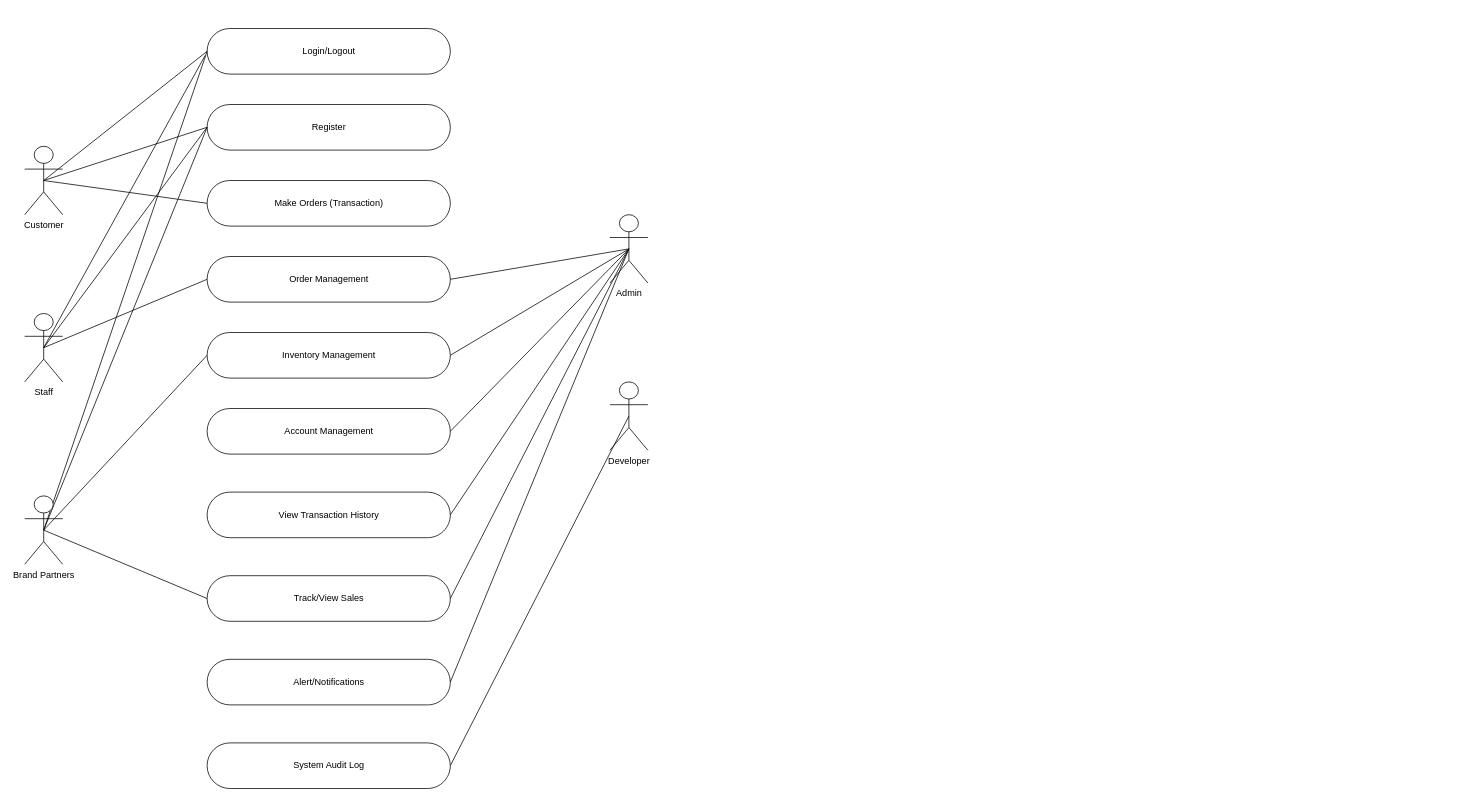
This is DataModels/usecase.drawio from ArinGitPort/OnlineShopWebsite, a draw.io file, before an edit. Source tidied: cells renumbered, new cells numbered last; positions are measured from the earlier drawing's top-left corner, leaving out a move shared by most shapes. Both pictures are drawn from the tidied source at 76%, with x=0, y=0 at pixel (24, 28).
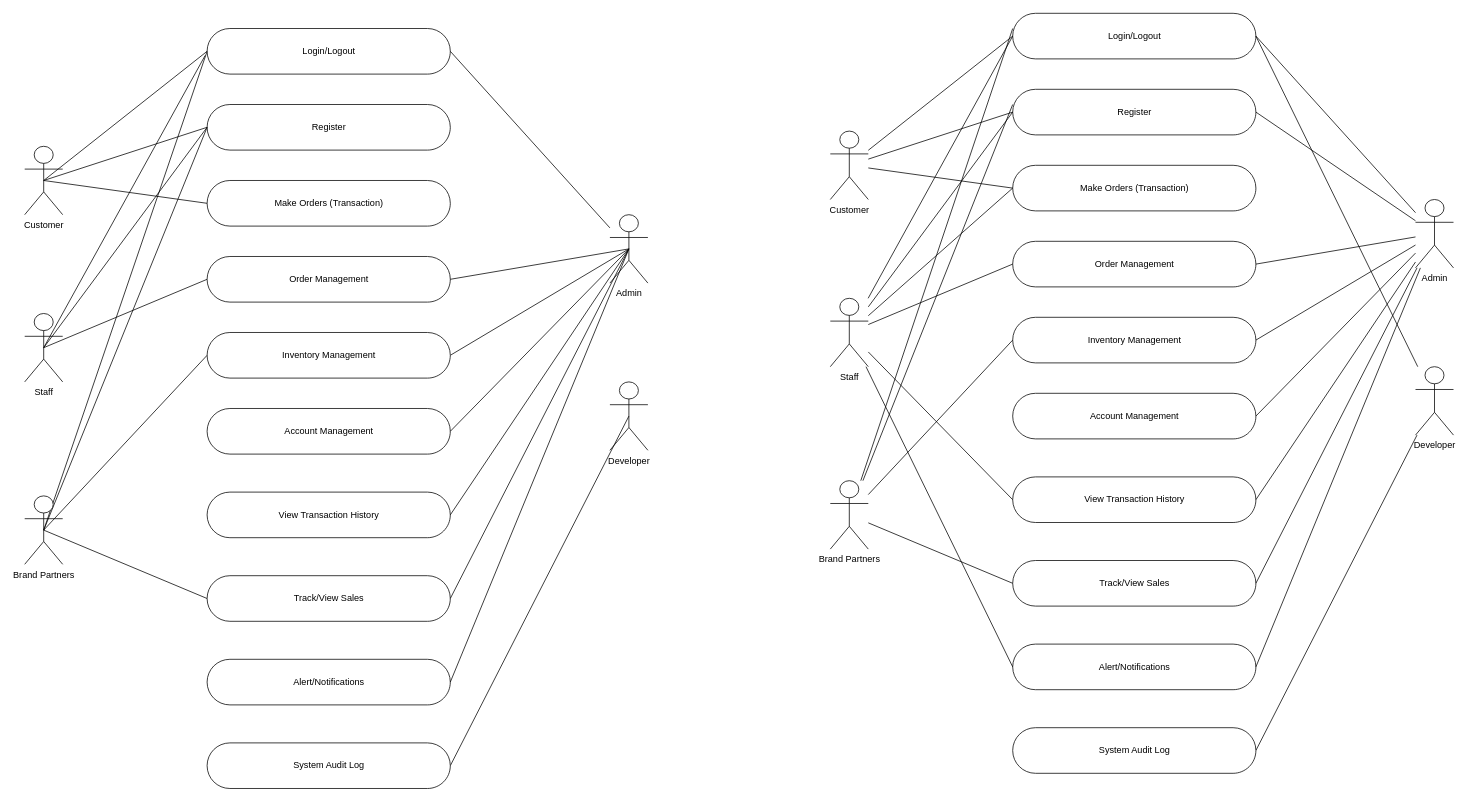
The same diagram, later.

The change refers to these unchanged cells:
```xml
<mxCell id="2" value="Login/Logout" style="html=1;dashed=0;whitespace=wrap;shape=mxgraph.dfd.start;" parent="1" vertex="1">
  <mxGeometry x="240" width="320" height="60" as="geometry" />
</mxCell>
<mxCell id="16" value="Admin" style="shape=umlActor;verticalLabelPosition=bottom;verticalAlign=top;html=1;outlineConnect=0;" parent="1" vertex="1">
  <mxGeometry x="770" y="245" width="50" height="90" as="geometry" />
</mxCell>
```

What changed in the source:
```diff
@@
+    <mxCell id="34" style="edgeStyle=none;html=1;entryX=1;entryY=0.5;entryDx=0;entryDy=0;entryPerimeter=0;endArrow=none;endFill=0;" parent="1" edge="1" source="16" target="2">
+      <mxGeometry relative="1" as="geometry" />
+    </mxCell>
@@
+    <mxCell id="35" value="Login/Logout" style="html=1;dashed=0;whitespace=wrap;shape=mxgraph.dfd.start;" parent="1" vertex="1">
+      <mxGeometry x="1300" y="-20" width="320" height="60" as="geometry" />
+    </mxCell>
+    <mxCell id="36" value="Register" style="html=1;dashed=0;whitespace=wrap;shape=mxgraph.dfd.start;" parent="1" vertex="1">
+      <mxGeometry x="1300" y="80" width="320" height="60" as="geometry" />
+    </mxCell>
+    <mxCell id="37" value="Make Orders (Transaction)" style="html=1;dashed=0;whitespace=wrap;shape=mxgraph.dfd.start;" parent="1" vertex="1">
+      <mxGeometry x="1300" y="180" width="320" height="60" as="geometry" />
+    </mxCell>
+    <mxCell id="38" value="Order Management" style="html=1;dashed=0;whitespace=wrap;shape=mxgraph.dfd.start;" parent="1" vertex="1">
+      <mxGeometry x="1300" y="280" width="320" height="60" as="geometry" />
+    </mxCell>
+    <mxCell id="39" value="Account Management" style="html=1;dashed=0;whitespace=wrap;shape=mxgraph.dfd.start;" parent="1" vertex="1">
+      <mxGeometry x="1300" y="480" width="320" height="60" as="geometry" />
+    </mxCell>
+    <mxCell id="40" value="Alert/Notifications" style="html=1;dashed=0;whitespace=wrap;shape=mxgraph.dfd.start;" parent="1" vertex="1">
+      <mxGeometry x="1300" y="810" width="320" height="60" as="geometry" />
+    </mxCell>
+    <mxCell id="41" value="View Transaction History" style="html=1;dashed=0;whitespace=wrap;shape=mxgraph.dfd.start;" parent="1" vertex="1">
+      <mxGeometry x="1300" y="590" width="320" height="60" as="geometry" />
+    </mxCell>
+    <mxCell id="42" value="Track/View Sales" style="html=1;dashed=0;whitespace=wrap;shape=mxgraph.dfd.start;" parent="1" vertex="1">
+      <mxGeometry x="1300" y="700" width="320" height="60" as="geometry" />
+    </mxCell>
+    <mxCell id="43" style="edgeStyle=none;html=1;entryX=1;entryY=0.5;entryDx=0;entryDy=0;entryPerimeter=0;endArrow=none;endFill=0;" parent="1" edge="1" source="51" target="35">
+      <mxGeometry relative="1" as="geometry" />
+    </mxCell>
+    <mxCell id="44" style="edgeStyle=none;html=1;entryX=1;entryY=0.5;entryDx=0;entryDy=0;entryPerimeter=0;endArrow=none;endFill=0;" parent="1" edge="1" source="51" target="36">
+      <mxGeometry relative="1" as="geometry" />
+    </mxCell>
+    <mxCell id="45" style="edgeStyle=none;html=1;entryX=1;entryY=0.5;entryDx=0;entryDy=0;entryPerimeter=0;endArrow=none;endFill=0;" parent="1" edge="1" source="51" target="38">
+      <mxGeometry relative="1" as="geometry" />
+    </mxCell>
+    <mxCell id="46" style="edgeStyle=none;html=1;entryX=1;entryY=0.5;entryDx=0;entryDy=0;entryPerimeter=0;endArrow=none;endFill=0;" parent="1" edge="1" source="51" target="59">
+      <mxGeometry relative="1" as="geometry" />
+    </mxCell>
+    <mxCell id="47" style="edgeStyle=none;html=1;entryX=1;entryY=0.5;entryDx=0;entryDy=0;entryPerimeter=0;endArrow=none;endFill=0;" parent="1" edge="1" source="51" target="39">
+      <mxGeometry relative="1" as="geometry" />
+    </mxCell>
+    <mxCell id="48" style="edgeStyle=none;html=1;entryX=1;entryY=0.5;entryDx=0;entryDy=0;entryPerimeter=0;endArrow=none;endFill=0;" parent="1" edge="1" source="51" target="41">
+      <mxGeometry relative="1" as="geometry" />
+    </mxCell>
+    <mxCell id="49" style="edgeStyle=none;html=1;entryX=1;entryY=0.5;entryDx=0;entryDy=0;entryPerimeter=0;endArrow=none;endFill=0;" parent="1" edge="1" source="51" target="42">
+      <mxGeometry relative="1" as="geometry" />
+    </mxCell>
+    <mxCell id="50" style="edgeStyle=none;html=1;entryX=1;entryY=0.5;entryDx=0;entryDy=0;entryPerimeter=0;endArrow=none;endFill=0;" parent="1" edge="1" source="51" target="40">
+      <mxGeometry relative="1" as="geometry" />
+    </mxCell>
+    <mxCell id="51" value="Admin" style="shape=umlActor;verticalLabelPosition=bottom;verticalAlign=top;html=1;outlineConnect=0;" parent="1" vertex="1">
+      <mxGeometry x="1830" y="225" width="50" height="90" as="geometry" />
+    </mxCell>
+    <mxCell id="52" style="edgeStyle=none;html=1;entryX=0;entryY=0.5;entryDx=0;entryDy=0;entryPerimeter=0;endArrow=none;endFill=0;" parent="1" edge="1" source="58" target="35">
+      <mxGeometry relative="1" as="geometry" />
+    </mxCell>
+    <mxCell id="53" style="edgeStyle=none;html=1;entryX=0;entryY=0.5;entryDx=0;entryDy=0;entryPerimeter=0;endArrow=none;endFill=0;" parent="1" edge="1" source="58" target="36">
+      <mxGeometry relative="1" as="geometry" />
+    </mxCell>
+    <mxCell id="54" style="edgeStyle=none;html=1;entryX=0;entryY=0.5;entryDx=0;entryDy=0;entryPerimeter=0;endArrow=none;endFill=0;" parent="1" edge="1" source="58" target="37">
+      <mxGeometry relative="1" as="geometry" />
+    </mxCell>
+    <mxCell id="55" style="edgeStyle=none;html=1;entryX=0;entryY=0.5;entryDx=0;entryDy=0;entryPerimeter=0;endArrow=none;endFill=0;" parent="1" edge="1" source="58" target="38">
+      <mxGeometry relative="1" as="geometry" />
+    </mxCell>
+    <mxCell id="56" style="edgeStyle=none;html=1;entryX=0;entryY=0.5;entryDx=0;entryDy=0;entryPerimeter=0;endArrow=none;endFill=0;" parent="1" edge="1" source="58" target="41">
+      <mxGeometry relative="1" as="geometry" />
+    </mxCell>
+    <mxCell id="57" style="edgeStyle=none;html=1;entryX=0;entryY=0.5;entryDx=0;entryDy=0;entryPerimeter=0;endArrow=none;endFill=0;" parent="1" edge="1" source="58" target="40">
+      <mxGeometry relative="1" as="geometry" />
+    </mxCell>
+    <mxCell id="58" value="Staff" style="shape=umlActor;verticalLabelPosition=bottom;verticalAlign=top;html=1;outlineConnect=0;" parent="1" vertex="1">
+      <mxGeometry x="1060" y="355" width="50" height="90" as="geometry" />
+    </mxCell>
+    <mxCell id="59" value="Inventory Management" style="html=1;dashed=0;whitespace=wrap;shape=mxgraph.dfd.start;" parent="1" vertex="1">
+      <mxGeometry x="1300" y="380" width="320" height="60" as="geometry" />
+    </mxCell>
+    <mxCell id="60" style="edgeStyle=none;html=1;entryX=0;entryY=0.5;entryDx=0;entryDy=0;entryPerimeter=0;endArrow=none;endFill=0;" parent="1" edge="1" source="63" target="35">
+      <mxGeometry relative="1" as="geometry" />
+    </mxCell>
+    <mxCell id="61" style="edgeStyle=none;html=1;entryX=0;entryY=0.5;entryDx=0;entryDy=0;entryPerimeter=0;endArrow=none;endFill=0;" parent="1" edge="1" source="63" target="36">
+      <mxGeometry relative="1" as="geometry" />
+    </mxCell>
+    <mxCell id="62" style="edgeStyle=none;html=1;entryX=0;entryY=0.5;entryDx=0;entryDy=0;entryPerimeter=0;endArrow=none;endFill=0;" parent="1" edge="1" source="63" target="37">
+      <mxGeometry relative="1" as="geometry" />
+    </mxCell>
+    <mxCell id="63" value="Customer" style="shape=umlActor;verticalLabelPosition=bottom;verticalAlign=top;html=1;outlineConnect=0;" parent="1" vertex="1">
+      <mxGeometry x="1060" y="135" width="50" height="90" as="geometry" />
+    </mxCell>
+    <mxCell id="64" style="edgeStyle=none;html=1;endArrow=none;endFill=0;" parent="1" edge="1" source="68">
+      <mxGeometry relative="1" as="geometry">
+        <mxPoint x="1300" as="targetPoint" />
+      </mxGeometry>
+    </mxCell>
+    <mxCell id="65" style="edgeStyle=none;html=1;endArrow=none;endFill=0;" parent="1" edge="1" source="68">
+      <mxGeometry relative="1" as="geometry">
+        <mxPoint x="1300" y="100" as="targetPoint" />
+      </mxGeometry>
+    </mxCell>
+    <mxCell id="66" style="edgeStyle=none;html=1;entryX=0;entryY=0.5;entryDx=0;entryDy=0;entryPerimeter=0;endArrow=none;endFill=0;" parent="1" edge="1" source="68" target="59">
+      <mxGeometry relative="1" as="geometry" />
+    </mxCell>
+    <mxCell id="67" style="edgeStyle=none;html=1;entryX=0;entryY=0.5;entryDx=0;entryDy=0;entryPerimeter=0;endArrow=none;endFill=0;" parent="1" edge="1" source="68" target="42">
+      <mxGeometry relative="1" as="geometry" />
+    </mxCell>
+    <mxCell id="68" value="Brand Partners" style="shape=umlActor;verticalLabelPosition=bottom;verticalAlign=top;html=1;outlineConnect=0;" parent="1" vertex="1">
+      <mxGeometry x="1060" y="595" width="50" height="90" as="geometry" />
+    </mxCell>
+    <mxCell id="69" style="edgeStyle=none;html=1;entryX=1;entryY=0.5;entryDx=0;entryDy=0;entryPerimeter=0;endArrow=none;endFill=0;" parent="1" edge="1" source="71" target="35">
+      <mxGeometry relative="1" as="geometry" />
+    </mxCell>
+    <mxCell id="70" style="edgeStyle=none;html=1;entryX=1;entryY=0.5;entryDx=0;entryDy=0;entryPerimeter=0;endArrow=none;endFill=0;" parent="1" edge="1" source="71" target="72">
+      <mxGeometry relative="1" as="geometry" />
+    </mxCell>
+    <mxCell id="71" value="Developer" style="shape=umlActor;verticalLabelPosition=bottom;verticalAlign=top;html=1;outlineConnect=0;" parent="1" vertex="1">
+      <mxGeometry x="1830" y="445" width="50" height="90" as="geometry" />
+    </mxCell>
+    <mxCell id="72" value="System Audit Log" style="html=1;dashed=0;whitespace=wrap;shape=mxgraph.dfd.start;" parent="1" vertex="1">
+      <mxGeometry x="1300" y="920" width="320" height="60" as="geometry" />
+    </mxCell>
```
